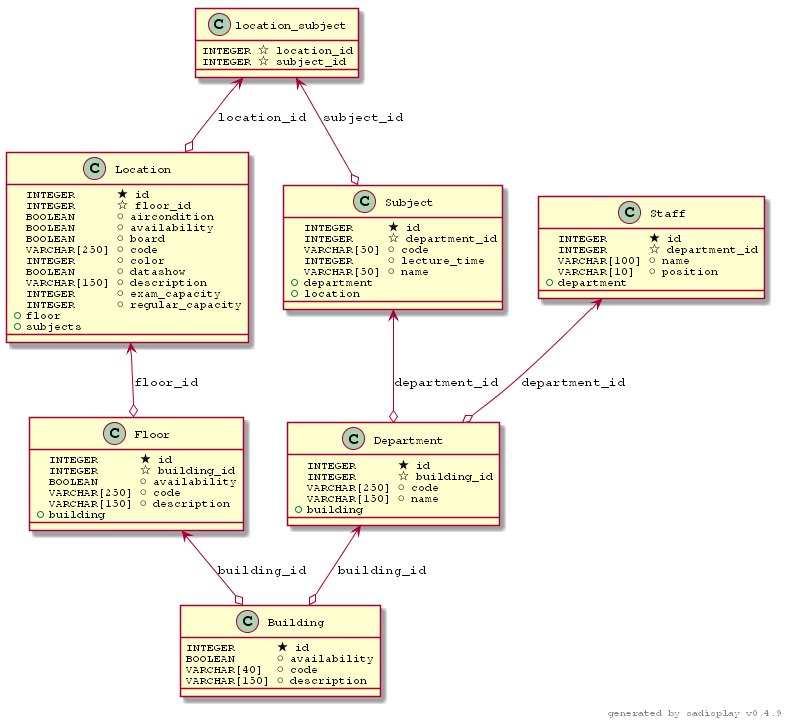
The PlantUML diagram database/erd_diagram.png in abdo1819/LTA, before a commit.
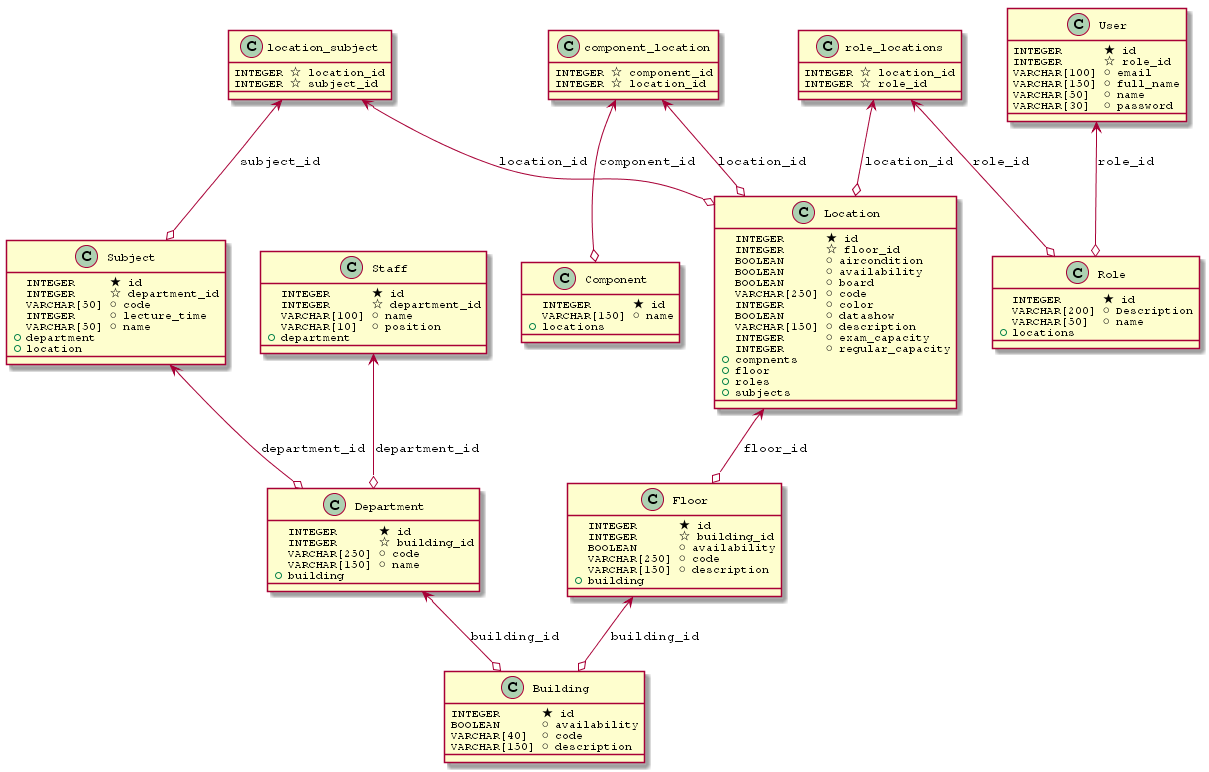
The same file after the commit.

Commit message:
update erd add user and component add change log

Change to the diagram source:
```diff
@@ -29,8 +29,21 @@
     VARCHAR[150] ⚪ description
     INTEGER      ⚪ exam_capacity
     INTEGER      ⚪ regular_capacity
+    +            compnents
     +            floor
+    +            roles
     +            subjects
+}
+
+Class Component {
+    INTEGER      ★ id
+    VARCHAR[150] ⚪ name
+    +            locations
+}
+
+Class component_location {
+    INTEGER ☆ component_id
+    INTEGER ☆ location_id
 }
 
 Class Department {
@@ -64,9 +77,34 @@
     INTEGER ☆ subject_id
 }
 
+Class User {
+    INTEGER      ★ id
+    INTEGER      ☆ role_id
+    VARCHAR[100] ⚪ email
+    VARCHAR[150] ⚪ full_name
+    VARCHAR[50]  ⚪ name
+    VARCHAR[30]  ⚪ password
+}
+
+Class Role {
+    INTEGER      ★ id
+    VARCHAR[200] ⚪ Description
+    VARCHAR[50]  ⚪ name
+    +            locations
+}
+
+Class role_locations {
+    INTEGER ☆ location_id
+    INTEGER ☆ role_id
+}
+
 Floor <--o Building: building_id
 
 Location <--o Floor: floor_id
+
+component_location <--o Component: component_id
+
+component_location <--o Location: location_id
 
 Department <--o Building: building_id
 
@@ -78,5 +116,9 @@
 
 location_subject <--o Location: location_id
 
-right footer generated by sadisplay v0.4.9
+User <--o Role: role_id
+
+role_locations <--o Role: role_id
+
+role_locations <--o Location: location_id
 @enduml
```
